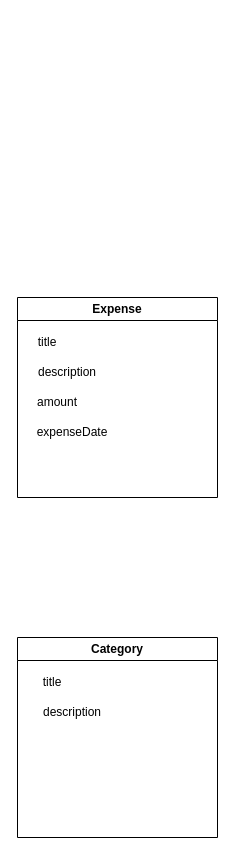
Earlier version of the draw.io diagram Expense Tracker Modal diagram.drawio (Hirushan-Subasinghe/expense-tracker). Source tidied: cells renumbered, new cells numbered last; positions are measured from the earlier drawing's top-left corner, leaving out a move shared by most shapes. Both pictures are drawn from the tidied source at 100%, with x=0, y=0 at pixel (17, 297).
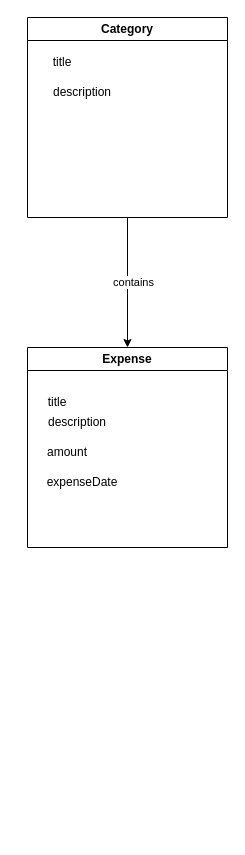
Above is the later version.

Change to the diagram source:
```diff
@@
 <mxGraphModel>
   <root>
     <mxCell id="0" />
     <mxCell id="1" parent="0" />
     <mxCell id="2" value="Expense" style="swimlane;whiteSpace=wrap;html=1;" parent="1" vertex="1">
-      <mxGeometry width="200" height="200" as="geometry" />
+      <mxGeometry x="10" y="50" width="200" height="200" as="geometry" />
     </mxCell>
     <mxCell id="3" value="description" style="text;html=1;whiteSpace=wrap;strokeColor=none;fillColor=none;align=center;verticalAlign=middle;rounded=0;" parent="2" vertex="1">
       <mxGeometry x="10" y="60" width="80" height="30" as="geometry" />
     </mxCell>
     <mxCell id="4" value="amount" style="text;html=1;whiteSpace=wrap;strokeColor=none;fillColor=none;align=center;verticalAlign=middle;rounded=0;" parent="2" vertex="1">
       <mxGeometry x="10" y="90" width="60" height="30" as="geometry" />
     </mxCell>
     <mxCell id="5" value="expenseDate" style="text;html=1;whiteSpace=wrap;strokeColor=none;fillColor=none;align=center;verticalAlign=middle;rounded=0;" parent="2" vertex="1">
       <mxGeometry x="10" y="120" width="90" height="30" as="geometry" />
     </mxCell>
+    <mxCell id="9" value="title" style="text;html=1;whiteSpace=wrap;strokeColor=none;fillColor=none;align=center;verticalAlign=middle;rounded=0;" parent="2" vertex="1">
+      <mxGeometry x="10" y="40" width="40" height="30" as="geometry" />
+    </mxCell>
+    <mxCell id="10" style="edgeStyle=orthogonalEdgeStyle;rounded=0;jettySize=auto;html=1;" parent="1" edge="1" source="6" target="2">
+      <mxGeometry relative="1" as="geometry" />
+    </mxCell>
+    <mxCell id="11" value="contains" style="edgeLabel;html=1;align=center;verticalAlign=middle;" parent="10" vertex="1">
+      <mxGeometry x="-0.01" y="5" relative="1" as="geometry" />
+    </mxCell>
     <mxCell id="6" value="Category" style="swimlane;whiteSpace=wrap;html=1;startSize=23;" parent="1" vertex="1">
-      <mxGeometry y="340" width="200" height="200" as="geometry" />
+      <mxGeometry x="10" y="-280" width="200" height="200" as="geometry" />
     </mxCell>
     <mxCell id="7" value="title" style="text;html=1;whiteSpace=wrap;strokeColor=none;fillColor=none;align=center;verticalAlign=middle;rounded=0;" parent="6" vertex="1">
       <mxGeometry x="15" y="30" width="40" height="30" as="geometry" />
     </mxCell>
     <mxCell id="8" value="description" style="text;html=1;whiteSpace=wrap;strokeColor=none;fillColor=none;align=center;verticalAlign=middle;rounded=0;" parent="6" vertex="1">
       <mxGeometry x="15" y="60" width="80" height="30" as="geometry" />
     </mxCell>
-    <mxCell id="9" value="title" style="text;html=1;whiteSpace=wrap;strokeColor=none;fillColor=none;align=center;verticalAlign=middle;rounded=0;" parent="1" vertex="1">
-      <mxGeometry x="10" y="30" width="40" height="30" as="geometry" />
-    </mxCell>
   </root>
 </mxGraphModel>
```
